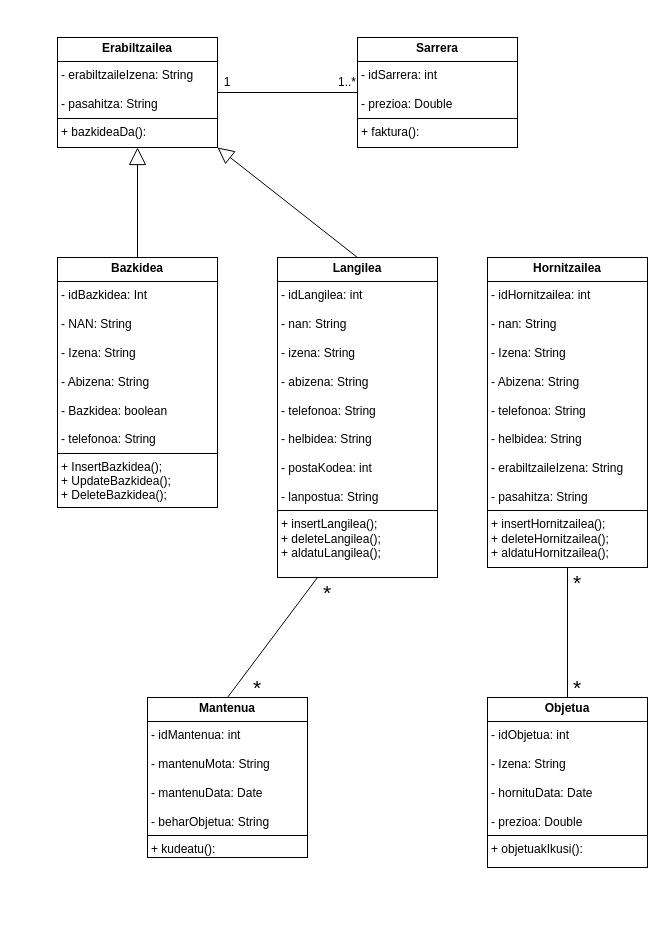
Above: JAVA/Diagramak/J_KlaseDiagrama.drawio in iguisado228/3Erronka (draw.io), before the change. Source tidied: cells renumbered, new cells numbered last; positions are measured from the earlier drawing's top-left corner, leaving out a move shared by most shapes. Both pictures are drawn from the tidied source at 100%, with x=0, y=0 at pixel (57, 37).
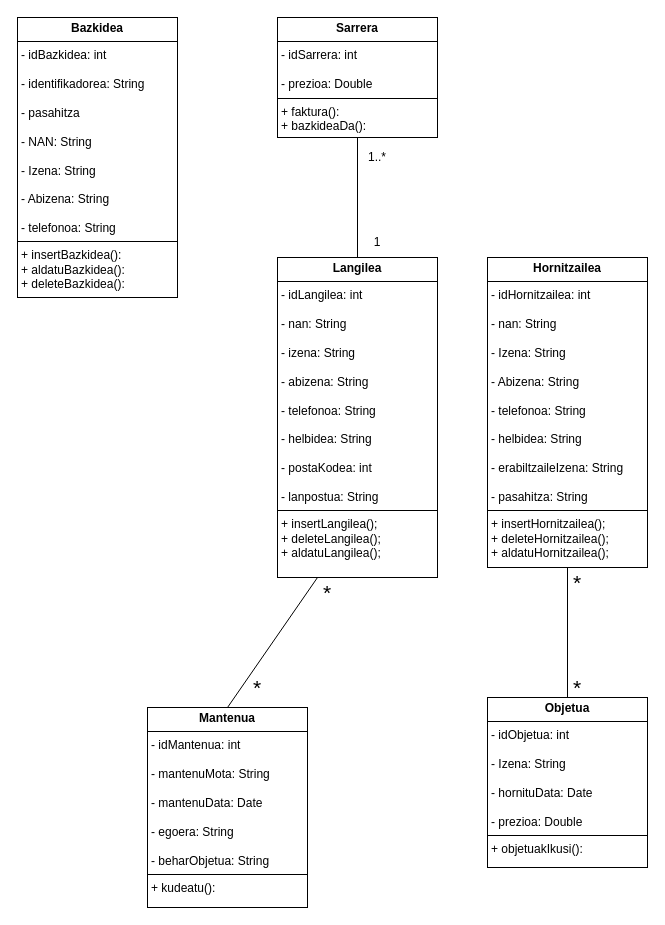
The same page after the edit.

Commit message (it also covers changes not shown here):
Diagrametan aldaketa batzuk

Change to the diagram source:
```diff
@@
 <mxGraphModel>
   <root>
     <mxCell id="0" />
     <mxCell id="1" parent="0" />
-    <mxCell id="2" value="&lt;p style=&quot;margin:0px;margin-top:4px;text-align:center;&quot;&gt;&lt;b&gt;Bazkidea&lt;/b&gt;&lt;/p&gt;&lt;hr size=&quot;1&quot; style=&quot;border-style:solid;&quot;&gt;&lt;p style=&quot;margin:0px;margin-left:4px;&quot;&gt;- idBazkidea: Int&lt;/p&gt;&lt;p style=&quot;margin:0px;margin-left:4px;&quot;&gt;&lt;br&gt;&lt;/p&gt;&lt;p style=&quot;margin:0px;margin-left:4px;&quot;&gt;- NAN: String&lt;/p&gt;&lt;p style=&quot;margin:0px;margin-left:4px;&quot;&gt;&lt;br&gt;&lt;/p&gt;&lt;p style=&quot;margin:0px;margin-left:4px;&quot;&gt;- Izena: String&lt;/p&gt;&lt;p style=&quot;margin:0px;margin-left:4px;&quot;&gt;&lt;br&gt;&lt;/p&gt;&lt;p style=&quot;margin:0px;margin-left:4px;&quot;&gt;- Abizena: String&lt;/p&gt;&lt;p style=&quot;margin:0px;margin-left:4px;&quot;&gt;&lt;br&gt;&lt;/p&gt;&lt;p style=&quot;margin:0px;margin-left:4px;&quot;&gt;- Bazkidea: boolean&lt;/p&gt;&lt;p style=&quot;margin:0px;margin-left:4px;&quot;&gt;&lt;br&gt;&lt;/p&gt;&lt;p style=&quot;margin:0px;margin-left:4px;&quot;&gt;- telefonoa: String&lt;/p&gt;&lt;hr size=&quot;1&quot; style=&quot;border-style:solid;&quot;&gt;&lt;p style=&quot;margin:0px;margin-left:4px;&quot;&gt;+ InsertBazkidea();&lt;/p&gt;&lt;p style=&quot;margin:0px;margin-left:4px;&quot;&gt;+ UpdateBazkidea();&lt;/p&gt;&lt;p style=&quot;margin:0px;margin-left:4px;&quot;&gt;+ DeleteBazkidea();&lt;/p&gt;&lt;p style=&quot;margin:0px;margin-left:4px;&quot;&gt;&lt;/p&gt;" style="verticalAlign=top;align=left;overflow=fill;html=1;whiteSpace=wrap;" parent="1" vertex="1">
-      <mxGeometry y="220" width="160" height="250" as="geometry" />
-    </mxCell>
-    <mxCell id="3" value="&lt;p style=&quot;margin:0px;margin-top:4px;text-align:center;&quot;&gt;&lt;b&gt;Sarrera&lt;/b&gt;&lt;/p&gt;&lt;hr size=&quot;1&quot; style=&quot;border-style:solid;&quot;&gt;&lt;p style=&quot;margin:0px;margin-left:4px;&quot;&gt;- idSarrera: int&lt;/p&gt;&lt;p style=&quot;margin:0px;margin-left:4px;&quot;&gt;&lt;br&gt;&lt;/p&gt;&lt;p style=&quot;margin:0px;margin-left:4px;&quot;&gt;- prezioa: Double&lt;/p&gt;&lt;hr size=&quot;1&quot; style=&quot;border-style:solid;&quot;&gt;&lt;p style=&quot;margin:0px;margin-left:4px;&quot;&gt;+ faktura():&lt;/p&gt;" style="verticalAlign=top;align=left;overflow=fill;html=1;whiteSpace=wrap;" parent="1" vertex="1">
-      <mxGeometry x="300" width="160" height="110" as="geometry" />
+    <mxCell id="3" value="&lt;p style=&quot;margin:0px;margin-top:4px;text-align:center;&quot;&gt;&lt;b&gt;Sarrera&lt;/b&gt;&lt;/p&gt;&lt;hr size=&quot;1&quot; style=&quot;border-style:solid;&quot;&gt;&lt;p style=&quot;margin:0px;margin-left:4px;&quot;&gt;- idSarrera: int&lt;/p&gt;&lt;p style=&quot;margin:0px;margin-left:4px;&quot;&gt;&lt;br&gt;&lt;/p&gt;&lt;p style=&quot;margin:0px;margin-left:4px;&quot;&gt;- prezioa: Double&lt;/p&gt;&lt;hr size=&quot;1&quot; style=&quot;border-style:solid;&quot;&gt;&lt;p style=&quot;margin:0px;margin-left:4px;&quot;&gt;+ faktura():&lt;/p&gt;&lt;p style=&quot;margin:0px;margin-left:4px;&quot;&gt;+ bazkideaDa():&lt;/p&gt;" style="verticalAlign=top;align=left;overflow=fill;html=1;whiteSpace=wrap;" parent="1" vertex="1">
+      <mxGeometry x="220" y="-20" width="160" height="120" as="geometry" />
     </mxCell>
     <mxCell id="4" value="&lt;p style=&quot;margin:0px;margin-top:4px;text-align:center;&quot;&gt;&lt;b&gt;Hornitzailea&lt;/b&gt;&lt;/p&gt;&lt;hr size=&quot;1&quot; style=&quot;border-style:solid;&quot;&gt;&lt;p style=&quot;margin:0px;margin-left:4px;&quot;&gt;- idHornitzailea: int&lt;/p&gt;&lt;p style=&quot;margin:0px;margin-left:4px;&quot;&gt;&lt;br&gt;&lt;/p&gt;&lt;p style=&quot;margin:0px;margin-left:4px;&quot;&gt;- nan:&amp;nbsp;&lt;span style=&quot;background-color: transparent; color: light-dark(rgb(0, 0, 0), rgb(255, 255, 255));&quot;&gt;String&lt;/span&gt;&lt;/p&gt;&lt;p style=&quot;margin:0px;margin-left:4px;&quot;&gt;&lt;br&gt;&lt;/p&gt;&lt;p style=&quot;margin:0px;margin-left:4px;&quot;&gt;- Izena:&amp;nbsp;&lt;span style=&quot;background-color: transparent; color: light-dark(rgb(0, 0, 0), rgb(255, 255, 255));&quot;&gt;String&lt;/span&gt;&lt;/p&gt;&lt;p style=&quot;margin:0px;margin-left:4px;&quot;&gt;&lt;br&gt;&lt;/p&gt;&lt;p style=&quot;margin:0px;margin-left:4px;&quot;&gt;- Abizena: String&lt;/p&gt;&lt;p style=&quot;margin:0px;margin-left:4px;&quot;&gt;&lt;br&gt;&lt;/p&gt;&lt;p style=&quot;margin:0px;margin-left:4px;&quot;&gt;- telefonoa: String&lt;/p&gt;&lt;p style=&quot;margin:0px;margin-left:4px;&quot;&gt;&lt;br&gt;&lt;/p&gt;&lt;p style=&quot;margin:0px;margin-left:4px;&quot;&gt;- helbidea: String&lt;/p&gt;&lt;p style=&quot;margin:0px;margin-left:4px;&quot;&gt;&lt;br&gt;&lt;/p&gt;&lt;p style=&quot;margin:0px;margin-left:4px;&quot;&gt;- erabiltzaileIzena: String&lt;/p&gt;&lt;p style=&quot;margin:0px;margin-left:4px;&quot;&gt;&lt;br&gt;&lt;/p&gt;&lt;p style=&quot;margin:0px;margin-left:4px;&quot;&gt;- pasahitza: String&lt;/p&gt;&lt;hr size=&quot;1&quot; style=&quot;border-style:solid;&quot;&gt;&lt;p style=&quot;margin: 0px 0px 0px 4px;&quot;&gt;+ insertHornitzailea();&lt;/p&gt;&lt;p style=&quot;margin: 0px 0px 0px 4px;&quot;&gt;+ deleteHornitzailea();&lt;/p&gt;&lt;p style=&quot;margin: 0px 0px 0px 4px;&quot;&gt;+ aldatuHornitzailea();&lt;/p&gt;" style="verticalAlign=top;align=left;overflow=fill;html=1;whiteSpace=wrap;" parent="1" vertex="1">
       <mxGeometry x="430" y="220" width="160" height="310" as="geometry" />
     </mxCell>
-    <mxCell id="5" value="&lt;p style=&quot;margin:0px;margin-top:4px;text-align:center;&quot;&gt;&lt;b&gt;Erabiltzailea&lt;/b&gt;&lt;/p&gt;&lt;hr size=&quot;1&quot; style=&quot;border-style:solid;&quot;&gt;&lt;p style=&quot;margin:0px;margin-left:4px;&quot;&gt;- erabiltzaileIzena: String&lt;/p&gt;&lt;p style=&quot;margin:0px;margin-left:4px;&quot;&gt;&lt;br&gt;&lt;/p&gt;&lt;p style=&quot;margin:0px;margin-left:4px;&quot;&gt;- pasahitza: String&lt;/p&gt;&lt;hr size=&quot;1&quot; style=&quot;border-style:solid;&quot;&gt;&lt;p style=&quot;margin:0px;margin-left:4px;&quot;&gt;+ bazkideaDa():&lt;/p&gt;" style="verticalAlign=top;align=left;overflow=fill;html=1;whiteSpace=wrap;" parent="1" vertex="1">
-      <mxGeometry width="160" height="110" as="geometry" />
-    </mxCell>
-    <mxCell id="6" style="endArrow=block;html=1;rounded=0;entryX=0.5;entryY=1;entryDx=0;entryDy=0;exitX=0.5;exitY=0;exitDx=0;exitDy=0;endFill=0;endSize=15;" parent="1" edge="1" source="2" target="5">
-      <mxGeometry relative="1" as="geometry" />
-    </mxCell>
-    <mxCell id="7" style="endArrow=none;html=1;rounded=0;entryX=0;entryY=0.5;entryDx=0;entryDy=0;exitX=1;exitY=0.5;exitDx=0;exitDy=0;" parent="1" edge="1" source="5" target="3">
+    <mxCell id="7" style="endArrow=none;html=1;rounded=0;entryX=0.5;entryY=1;entryDx=0;entryDy=0;exitX=0.5;exitY=0;exitDx=0;exitDy=0;" parent="1" edge="1" source="10" target="3">
       <mxGeometry relative="1" as="geometry" />
     </mxCell>
     <mxCell id="8" value="1" style="text;html=1;align=center;verticalAlign=middle;whiteSpace=wrap;rounded=0;" parent="1" vertex="1">
-      <mxGeometry x="160" y="30" width="20" height="30" as="geometry" />
+      <mxGeometry x="310" y="190" width="20" height="30" as="geometry" />
     </mxCell>
     <mxCell id="9" value="1..*" style="text;html=1;align=center;verticalAlign=middle;whiteSpace=wrap;rounded=0;" parent="1" vertex="1">
-      <mxGeometry x="280" y="30" width="20" height="30" as="geometry" />
+      <mxGeometry x="310" y="105" width="20" height="30" as="geometry" />
     </mxCell>
     <mxCell id="10" value="&lt;p style=&quot;margin:0px;margin-top:4px;text-align:center;&quot;&gt;&lt;b&gt;Langilea&lt;/b&gt;&lt;/p&gt;&lt;hr size=&quot;1&quot; style=&quot;border-style:solid;&quot;&gt;&lt;p style=&quot;margin:0px;margin-left:4px;&quot;&gt;&lt;span style=&quot;background-color: transparent; color: light-dark(rgb(0, 0, 0), rgb(255, 255, 255));&quot;&gt;- idLangilea: int&lt;/span&gt;&lt;/p&gt;&lt;p style=&quot;margin:0px;margin-left:4px;&quot;&gt;&lt;br&gt;&lt;/p&gt;&lt;p style=&quot;margin:0px;margin-left:4px;&quot;&gt;- nan: String&lt;/p&gt;&lt;p style=&quot;margin:0px;margin-left:4px;&quot;&gt;&lt;br&gt;&lt;/p&gt;&lt;p style=&quot;margin:0px;margin-left:4px;&quot;&gt;- izena: String&lt;/p&gt;&lt;p style=&quot;margin:0px;margin-left:4px;&quot;&gt;&lt;br&gt;&lt;/p&gt;&lt;p style=&quot;margin:0px;margin-left:4px;&quot;&gt;- abizena:&amp;nbsp;&lt;span style=&quot;background-color: transparent; color: light-dark(rgb(0, 0, 0), rgb(255, 255, 255));&quot;&gt;String&lt;/span&gt;&lt;/p&gt;&lt;p style=&quot;margin:0px;margin-left:4px;&quot;&gt;&lt;br&gt;&lt;/p&gt;&lt;p style=&quot;margin:0px;margin-left:4px;&quot;&gt;- telefonoa: String&lt;/p&gt;&lt;p style=&quot;margin:0px;margin-left:4px;&quot;&gt;&lt;br&gt;&lt;/p&gt;&lt;p style=&quot;margin:0px;margin-left:4px;&quot;&gt;- helbidea: String&lt;/p&gt;&lt;p style=&quot;margin:0px;margin-left:4px;&quot;&gt;&lt;br&gt;&lt;/p&gt;&lt;p style=&quot;margin:0px;margin-left:4px;&quot;&gt;- postaKodea: int&lt;/p&gt;&lt;p style=&quot;margin:0px;margin-left:4px;&quot;&gt;&lt;br&gt;&lt;/p&gt;&lt;p style=&quot;margin:0px;margin-left:4px;&quot;&gt;- lanpostua: String&lt;/p&gt;&lt;hr size=&quot;1&quot; style=&quot;border-style:solid;&quot;&gt;&lt;p style=&quot;margin:0px;margin-left:4px;&quot;&gt;+ insertLangilea();&lt;/p&gt;&lt;p style=&quot;margin:0px;margin-left:4px;&quot;&gt;+ deleteLangilea();&lt;/p&gt;&lt;p style=&quot;margin:0px;margin-left:4px;&quot;&gt;+ aldatuLangilea();&lt;/p&gt;" style="verticalAlign=top;align=left;overflow=fill;html=1;whiteSpace=wrap;" parent="1" vertex="1">
       <mxGeometry x="220" y="220" width="160" height="320" as="geometry" />
     </mxCell>
-    <mxCell id="11" style="endArrow=block;html=1;rounded=0;exitX=0.5;exitY=0;exitDx=0;exitDy=0;entryX=1;entryY=1;entryDx=0;entryDy=0;endFill=0;endSize=14;" parent="1" edge="1" source="10" target="5">
-      <mxGeometry relative="1" as="geometry" />
-    </mxCell>
-    <mxCell id="12" value="&lt;p style=&quot;margin:0px;margin-top:4px;text-align:center;&quot;&gt;&lt;b&gt;Mantenua&lt;/b&gt;&lt;/p&gt;&lt;hr size=&quot;1&quot; style=&quot;border-style:solid;&quot;&gt;&lt;p style=&quot;margin:0px;margin-left:4px;&quot;&gt;- idMantenua: int&lt;/p&gt;&lt;p style=&quot;margin:0px;margin-left:4px;&quot;&gt;&lt;br&gt;&lt;/p&gt;&lt;p style=&quot;margin:0px;margin-left:4px;&quot;&gt;- mantenuMota: String&lt;/p&gt;&lt;p style=&quot;margin:0px;margin-left:4px;&quot;&gt;&lt;br&gt;&lt;/p&gt;&lt;p style=&quot;margin:0px;margin-left:4px;&quot;&gt;- mantenuData: Date&lt;/p&gt;&lt;p style=&quot;margin:0px;margin-left:4px;&quot;&gt;&lt;br&gt;&lt;/p&gt;&lt;p style=&quot;margin:0px;margin-left:4px;&quot;&gt;- beharObjetua: String&lt;/p&gt;&lt;hr size=&quot;1&quot; style=&quot;border-style:solid;&quot;&gt;&lt;p style=&quot;margin:0px;margin-left:4px;&quot;&gt;+ kudeatu():&lt;/p&gt;" style="verticalAlign=top;align=left;overflow=fill;html=1;whiteSpace=wrap;" parent="1" vertex="1">
-      <mxGeometry x="90" y="660" width="160" height="160" as="geometry" />
+    <mxCell id="12" value="&lt;p style=&quot;margin:0px;margin-top:4px;text-align:center;&quot;&gt;&lt;b&gt;Mantenua&lt;/b&gt;&lt;/p&gt;&lt;hr size=&quot;1&quot; style=&quot;border-style:solid;&quot;&gt;&lt;p style=&quot;margin:0px;margin-left:4px;&quot;&gt;- idMantenua: int&lt;/p&gt;&lt;p style=&quot;margin:0px;margin-left:4px;&quot;&gt;&lt;br&gt;&lt;/p&gt;&lt;p style=&quot;margin:0px;margin-left:4px;&quot;&gt;- mantenuMota: String&lt;/p&gt;&lt;p style=&quot;margin:0px;margin-left:4px;&quot;&gt;&lt;br&gt;&lt;/p&gt;&lt;p style=&quot;margin:0px;margin-left:4px;&quot;&gt;- mantenuData: Date&lt;/p&gt;&lt;p style=&quot;margin:0px;margin-left:4px;&quot;&gt;&lt;br&gt;&lt;/p&gt;&lt;p style=&quot;margin:0px;margin-left:4px;&quot;&gt;- egoera: String&lt;/p&gt;&lt;p style=&quot;margin:0px;margin-left:4px;&quot;&gt;&lt;br&gt;&lt;/p&gt;&lt;p style=&quot;margin:0px;margin-left:4px;&quot;&gt;- beharObjetua: String&lt;/p&gt;&lt;hr size=&quot;1&quot; style=&quot;border-style:solid;&quot;&gt;&lt;p style=&quot;margin:0px;margin-left:4px;&quot;&gt;+ kudeatu():&lt;/p&gt;" style="verticalAlign=top;align=left;overflow=fill;html=1;whiteSpace=wrap;" parent="1" vertex="1">
+      <mxGeometry x="90" y="670" width="160" height="200" as="geometry" />
     </mxCell>
     <mxCell id="13" style="endArrow=none;html=1;rounded=0;entryX=0.25;entryY=1;entryDx=0;entryDy=0;exitX=0.5;exitY=0;exitDx=0;exitDy=0;" parent="1" edge="1" source="12" target="10">
       <mxGeometry relative="1" as="geometry" />
     </mxCell>
     <mxCell id="14" value="&lt;font style=&quot;font-size: 21px;&quot;&gt;*&lt;/font&gt;" style="text;html=1;align=center;verticalAlign=middle;whiteSpace=wrap;rounded=0;" parent="1" vertex="1">
       <mxGeometry x="190" y="640" width="20" height="20" as="geometry" />
     </mxCell>
     <mxCell id="15" value="&lt;font style=&quot;font-size: 21px;&quot;&gt;*&lt;/font&gt;" style="text;html=1;align=center;verticalAlign=middle;whiteSpace=wrap;rounded=0;" parent="1" vertex="1">
       <mxGeometry x="260" y="540" width="20" height="30" as="geometry" />
     </mxCell>
     <mxCell id="16" value="&lt;p style=&quot;margin:0px;margin-top:4px;text-align:center;&quot;&gt;&lt;b&gt;Objetua&lt;/b&gt;&lt;/p&gt;&lt;hr size=&quot;1&quot; style=&quot;border-style:solid;&quot;&gt;&lt;p style=&quot;margin:0px;margin-left:4px;&quot;&gt;- idObjetua: int&lt;/p&gt;&lt;p style=&quot;margin:0px;margin-left:4px;&quot;&gt;&lt;br&gt;&lt;/p&gt;&lt;p style=&quot;margin:0px;margin-left:4px;&quot;&gt;- Izena: String&lt;/p&gt;&lt;p style=&quot;margin:0px;margin-left:4px;&quot;&gt;&lt;br&gt;&lt;/p&gt;&lt;p style=&quot;margin:0px;margin-left:4px;&quot;&gt;- hornituData: Date&lt;/p&gt;&lt;p style=&quot;margin:0px;margin-left:4px;&quot;&gt;&lt;br&gt;&lt;/p&gt;&lt;p style=&quot;margin:0px;margin-left:4px;&quot;&gt;- prezioa: Double&lt;/p&gt;&lt;hr size=&quot;1&quot; style=&quot;border-style:solid;&quot;&gt;&lt;p style=&quot;margin:0px;margin-left:4px;&quot;&gt;+ objetuakIkusi():&amp;nbsp;&lt;/p&gt;" style="verticalAlign=top;align=left;overflow=fill;html=1;whiteSpace=wrap;" parent="1" vertex="1">
       <mxGeometry x="430" y="660" width="160" height="170" as="geometry" />
     </mxCell>
     <mxCell id="17" style="endArrow=none;html=1;rounded=0;entryX=0.5;entryY=1;entryDx=0;entryDy=0;exitX=0.5;exitY=0;exitDx=0;exitDy=0;" parent="1" edge="1" source="16" target="4">
       <mxGeometry relative="1" as="geometry" />
     </mxCell>
     <mxCell id="18" value="&lt;font style=&quot;font-size: 21px;&quot;&gt;*&lt;/font&gt;" style="text;html=1;align=center;verticalAlign=middle;whiteSpace=wrap;rounded=0;" parent="1" vertex="1">
       <mxGeometry x="510" y="640" width="20" height="20" as="geometry" />
     </mxCell>
     <mxCell id="19" value="&lt;font style=&quot;font-size: 21px;&quot;&gt;*&lt;/font&gt;" style="text;html=1;align=center;verticalAlign=middle;whiteSpace=wrap;rounded=0;" parent="1" vertex="1">
       <mxGeometry x="510" y="540" width="20" height="10" as="geometry" />
     </mxCell>
+    <mxCell id="20" value="&lt;p style=&quot;margin:0px;margin-top:4px;text-align:center;&quot;&gt;&lt;b&gt;Bazkidea&lt;/b&gt;&lt;/p&gt;&lt;hr size=&quot;1&quot; style=&quot;border-style:solid;&quot;&gt;&lt;p style=&quot;margin:0px;margin-left:4px;&quot;&gt;- idBazkidea: int&lt;/p&gt;&lt;p style=&quot;margin:0px;margin-left:4px;&quot;&gt;&lt;br&gt;&lt;/p&gt;&lt;p style=&quot;margin:0px;margin-left:4px;&quot;&gt;- identifikadorea: String&lt;/p&gt;&lt;p style=&quot;margin:0px;margin-left:4px;&quot;&gt;&lt;br&gt;&lt;/p&gt;&lt;p style=&quot;margin:0px;margin-left:4px;&quot;&gt;- pasahitza&lt;/p&gt;&lt;p style=&quot;margin:0px;margin-left:4px;&quot;&gt;&lt;br&gt;&lt;/p&gt;&lt;p style=&quot;margin:0px;margin-left:4px;&quot;&gt;- NAN: String&lt;/p&gt;&lt;p style=&quot;margin:0px;margin-left:4px;&quot;&gt;&lt;br&gt;&lt;/p&gt;&lt;p style=&quot;margin:0px;margin-left:4px;&quot;&gt;- Izena: String&lt;/p&gt;&lt;p style=&quot;margin:0px;margin-left:4px;&quot;&gt;&lt;br&gt;&lt;/p&gt;&lt;p style=&quot;margin:0px;margin-left:4px;&quot;&gt;- Abizena: String&lt;/p&gt;&lt;p style=&quot;margin:0px;margin-left:4px;&quot;&gt;&lt;br&gt;&lt;/p&gt;&lt;p style=&quot;margin:0px;margin-left:4px;&quot;&gt;- telefonoa: String&lt;/p&gt;&lt;hr size=&quot;1&quot; style=&quot;border-style:solid;&quot;&gt;&lt;p style=&quot;margin:0px;margin-left:4px;&quot;&gt;&lt;span style=&quot;background-color: transparent; color: light-dark(rgb(0, 0, 0), rgb(255, 255, 255));&quot;&gt;+ insertBazkidea():&lt;/span&gt;&lt;/p&gt;&lt;p style=&quot;margin:0px;margin-left:4px;&quot;&gt;+ aldatuBazkidea():&lt;/p&gt;&lt;p style=&quot;margin:0px;margin-left:4px;&quot;&gt;+ deleteBazkidea():&lt;/p&gt;" style="verticalAlign=top;align=left;overflow=fill;html=1;whiteSpace=wrap;" parent="1" vertex="1">
+      <mxGeometry x="-40" y="-20" width="160" height="280" as="geometry" />
+    </mxCell>
   </root>
 </mxGraphModel>
```
